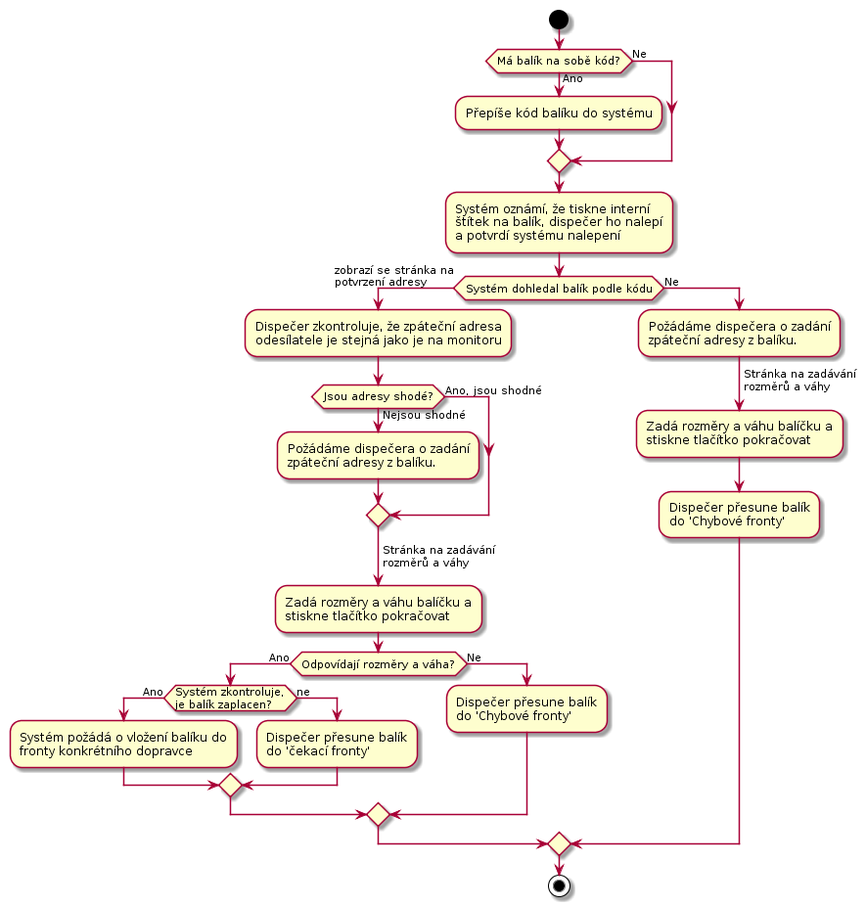
Internet-Handel/postman keeps this PlantUML diagram as docs/diagrams/out/uc-21-activity-2.png. Above is the earlier version. Its diagram source:
```plantuml
@startuml
start

if (Má balík na sobě kód?) then (Ano)
    :Přepíše kód balíku do systému;
else (Ne)
endif
:Systém oznámí, že tiskne interní
štítek na balík, dispečer ho nalepí
a potvrdí systému nalepení;
if (Systém dohledal balík podle kódu) then (Ano)
    -> zobrazí se stránka na\npotvrzení adresy;
    :Dispečer zkontroluje, že zpáteční adresa
    odesílatele je stejná jako je na monitoru;

    if (Jsou adresy shodé?) then (Ano, jsou shodné)
    else (Nejsou shodné)
        :Požádáme dispečera o zadání
        zpáteční adresy z balíku.;
    endif

    -> Stránka na zadávání\nrozměrů a váhy;
    :Zadá rozměry a váhu balíčku a
    stiskne tlačítko pokračovat;

    if (Odpovídají rozměry a váha?) then (Ano)
        if (Systém zkontroluje,\nje balík zaplacen?) then (Ano)
            :Systém požádá o vložení balíku do
            fronty konkrétního dopravce;
        else (ne)
            :Dispečer přesune balík
            do 'čekací fronty';
        endif
    else (Ne)
        :Dispečer přesune balík
        do 'Chybové fronty';
    endif

else (Ne)
    :Požádáme dispečera o zadání
    zpáteční adresy z balíku.;
    -> Stránka na zadávání\nrozměrů a váhy;
    :Zadá rozměry a váhu balíčku a
    stiskne tlačítko pokračovat;
    :Dispečer přesune balík
    do 'Chybové fronty';
endif

stop
@enduml
```
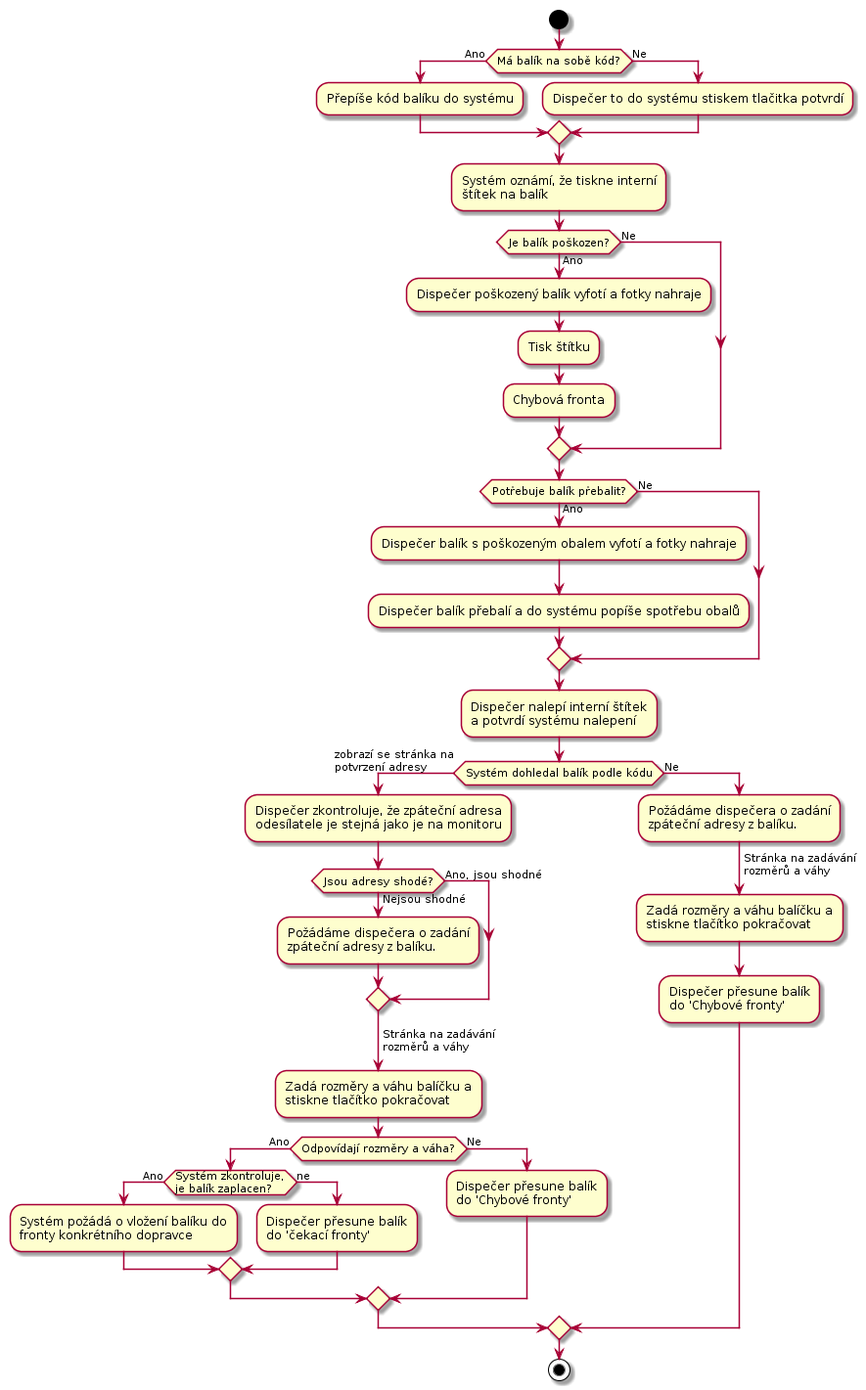
After the change.

Diff of the diagram source:
```diff
@@ -4,10 +4,24 @@
 if (Má balík na sobě kód?) then (Ano)
     :Přepíše kód balíku do systému;
 else (Ne)
+    :Dispečer to do systému stiskem tlačitka potvrdí;
 endif
 :Systém oznámí, že tiskne interní
-štítek na balík, dispečer ho nalepí
+štítek na balík;
+if (Je balík poškozen?) then (Ano)
+    :Dispečer poškozený balík vyfotí a fotky nahraje;
+    :Tisk štítku;
+    :Chybová fronta;
+else (Ne)
+endif
+if (Potřebuje balík přebalit?) then (Ano)
+    :Dispečer balík s poškozeným obalem vyfotí a fotky nahraje;
+    :Dispečer balík přebalí a do systému popíše spotřebu obalů;
+else (Ne)
+endif
+:Dispečer nalepí interní štítek
 a potvrdí systému nalepení;
+
 if (Systém dohledal balík podle kódu) then (Ano)
     -> zobrazí se stránka na\npotvrzení adresy;
     :Dispečer zkontroluje, že zpáteční adresa
```
